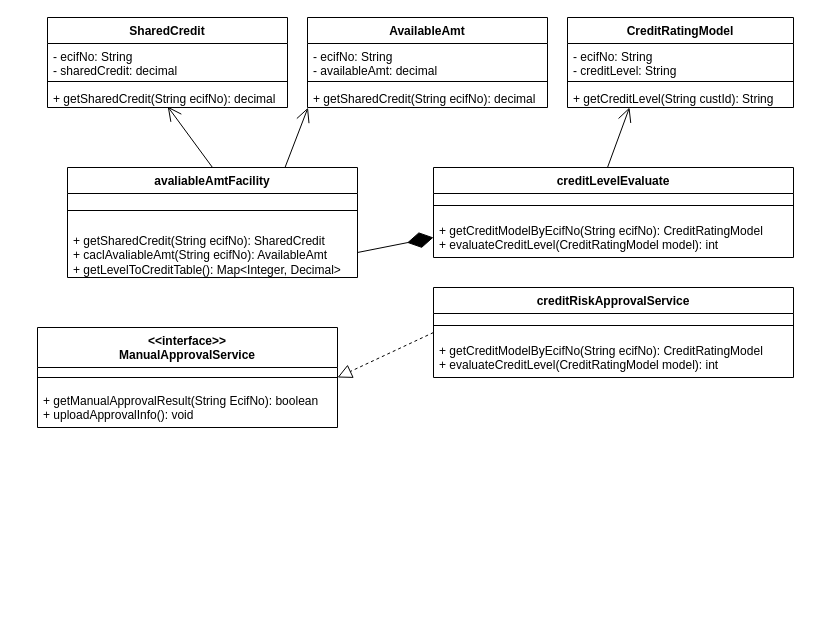
The draw.io diagram 授信额度审批-.drawio in wuxiao-web/graduationThesis, before the edit. Source tidied: cells renumbered, new cells numbered last; positions are measured from the earlier drawing's top-left corner, leaving out a move shared by most shapes. Both pictures are drawn from the tidied source at 100%, with x=0, y=0 at pixel (37, 17).
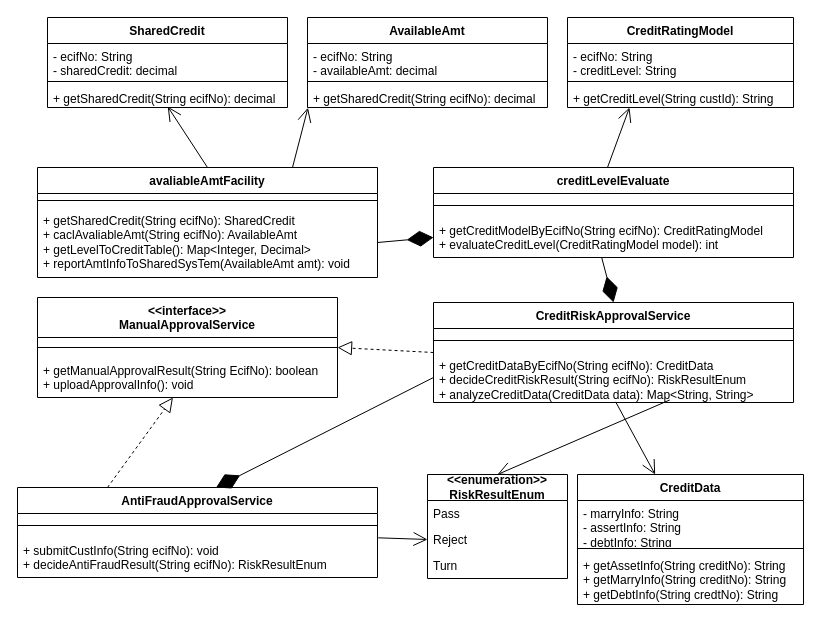
The same diagram, later.

Commit message:
更新授信额度审批-.drawio

The change refers to these unchanged cells:
```xml
<mxCell id="12" value="+ getCreditModelByEcifNo(String ecifNo): CreditRatingModel&lt;br&gt;+ evaluateCreditLevel(CreditRatingModel model): int" style="text;strokeColor=none;fillColor=none;align=left;verticalAlign=top;spacingLeft=4;spacingRight=4;overflow=hidden;points=[[0,0.5],[1,0.5]];portConstraint=eastwest;whiteSpace=wrap;html=1;" parent="10" vertex="1">
  <mxGeometry y="50" width="360" height="40" as="geometry" />
</mxCell>
<mxCell id="29" value="+ getManualApprovalResult(String EcifNo): boolean&lt;br&gt;+ uploadApprovalInfo(): void" style="text;strokeColor=none;fillColor=none;align=left;verticalAlign=top;spacingLeft=4;spacingRight=4;overflow=hidden;points=[[0,0.5],[1,0.5]];portConstraint=eastwest;whiteSpace=wrap;html=1;" parent="27" vertex="1">
  <mxGeometry y="60" width="300" height="40" as="geometry" />
</mxCell>
```

The edit, as a diff of the source:
```diff
@@
     <mxCell id="2" value="avaliableAmtFacility" style="swimlane;fontStyle=1;align=center;verticalAlign=top;horizontal=1;startSize=26;whiteSpace=wrap;html=1;" parent="1" vertex="1">
-      <mxGeometry x="30" y="150" width="290" height="110" as="geometry" />
+      <mxGeometry y="150" width="340" height="110" as="geometry" />
     </mxCell>
     <mxCell id="3" style="line;strokeWidth=1;fillColor=none;align=left;verticalAlign=middle;spacingTop=-1;spacingLeft=3;spacingRight=3;labelPosition=right;strokeColor=inherit;" parent="2" vertex="1">
-      <mxGeometry y="26" width="290" height="34" as="geometry" />
+      <mxGeometry y="26" width="340" height="14" as="geometry" />
     </mxCell>
-    <mxCell id="4" value="+ getSharedCredit(String ecifNo): SharedCredit&lt;br&gt;+ caclAvaliableAmt(String ecifNo): AvailableAmt&lt;br&gt;+ getLevelToCreditTable(): Map&amp;lt;Integer, Decimal&amp;gt;" style="text;strokeColor=none;fillColor=none;align=left;verticalAlign=top;spacingLeft=4;spacingRight=4;overflow=hidden;points=[[0,0.5],[1,0.5]];portConstraint=eastwest;whiteSpace=wrap;html=1;" parent="2" vertex="1">
-      <mxGeometry y="60" width="290" height="50" as="geometry" />
+    <mxCell id="4" value="+ getSharedCredit(String ecifNo): SharedCredit&lt;br&gt;+ caclAvaliableAmt(String ecifNo): AvailableAmt&lt;br&gt;+ getLevelToCreditTable(): Map&amp;lt;Integer, Decimal&amp;gt;&lt;br&gt;+ reportAmtInfoToSharedSysTem(AvailableAmt amt): void" style="text;strokeColor=none;fillColor=none;align=left;verticalAlign=top;spacingLeft=4;spacingRight=4;overflow=hidden;points=[[0,0.5],[1,0.5]];portConstraint=eastwest;whiteSpace=wrap;html=1;" parent="2" vertex="1">
+      <mxGeometry y="40" width="340" height="70" as="geometry" />
     </mxCell>
@@
-    <mxCell id="24" value="creditRiskApprovalService" style="swimlane;fontStyle=1;align=center;verticalAlign=top;horizontal=1;startSize=26;whiteSpace=wrap;html=1;" parent="1" vertex="1">
-      <mxGeometry x="396" y="270" width="360" height="90" as="geometry" />
+    <mxCell id="24" value="CreditRiskApprovalService" style="swimlane;fontStyle=1;align=center;verticalAlign=top;horizontal=1;startSize=26;whiteSpace=wrap;html=1;" parent="1" vertex="1">
+      <mxGeometry x="396" y="285" width="360" height="100" as="geometry" />
     </mxCell>
@@
-    <mxCell id="26" value="+ getCreditModelByEcifNo(String ecifNo): CreditRatingModel&lt;br&gt;+ evaluateCreditLevel(CreditRatingModel model): int" style="text;strokeColor=none;fillColor=none;align=left;verticalAlign=top;spacingLeft=4;spacingRight=4;overflow=hidden;points=[[0,0.5],[1,0.5]];portConstraint=eastwest;whiteSpace=wrap;html=1;" parent="24" vertex="1">
-      <mxGeometry y="50" width="360" height="40" as="geometry" />
+    <mxCell id="26" value="+ getCreditDataByEcifNo(String ecifNo): CreditData&lt;br&gt;+ decideCreditRiskResult(String ecifNo): RiskResultEnum&lt;br&gt;+ analyzeCreditData(CreditData data): Map&amp;lt;String, String&amp;gt;" style="text;strokeColor=none;fillColor=none;align=left;verticalAlign=top;spacingLeft=4;spacingRight=4;overflow=hidden;points=[[0,0.5],[1,0.5]];portConstraint=eastwest;whiteSpace=wrap;html=1;" parent="24" vertex="1">
+      <mxGeometry y="50" width="360" height="50" as="geometry" />
     </mxCell>
     <mxCell id="27" value="&amp;lt;&amp;lt;interface&amp;gt;&amp;gt;&lt;br&gt;ManualApprovalService" style="swimlane;fontStyle=1;align=center;verticalAlign=top;horizontal=1;startSize=40;whiteSpace=wrap;html=1;" parent="1" vertex="1">
-      <mxGeometry y="310" width="300" height="100" as="geometry" />
+      <mxGeometry y="280" width="300" height="100" as="geometry" />
     </mxCell>
@@
+    <mxCell id="31" value="&lt;b&gt;&amp;lt;&amp;lt;enumeration&amp;gt;&amp;gt;&lt;br&gt;RiskResultEnum&lt;/b&gt;" style="swimlane;fontStyle=0;horizontal=1;startSize=26;fillColor=none;whiteSpace=wrap;html=1;" parent="1" vertex="1">
+      <mxGeometry x="390" y="457" width="140" height="104" as="geometry" />
+    </mxCell>
+    <mxCell id="32" value="Pass" style="text;strokeColor=none;fillColor=none;align=left;verticalAlign=top;spacingLeft=4;spacingRight=4;overflow=hidden;whiteSpace=wrap;html=1;" parent="31" vertex="1">
+      <mxGeometry y="26" width="140" height="26" as="geometry" />
+    </mxCell>
+    <mxCell id="33" value="Reject" style="text;strokeColor=none;fillColor=none;align=left;verticalAlign=top;spacingLeft=4;spacingRight=4;overflow=hidden;points=[[0,0.5],[1,0.5]];portConstraint=eastwest;whiteSpace=wrap;html=1;" parent="31" vertex="1">
+      <mxGeometry y="52" width="140" height="26" as="geometry" />
+    </mxCell>
+    <mxCell id="34" value="Turn" style="text;strokeColor=none;fillColor=none;align=left;verticalAlign=top;spacingLeft=4;spacingRight=4;overflow=hidden;whiteSpace=wrap;html=1;" parent="31" vertex="1">
+      <mxGeometry y="78" width="140" height="26" as="geometry" />
+    </mxCell>
+    <mxCell id="35" style="endArrow=open;endFill=1;endSize=12;html=1;rounded=0;entryX=0.5;entryY=0;entryDx=0;entryDy=0;exitX=0.656;exitY=0.95;exitDx=0;exitDy=0;exitPerimeter=0;" parent="1" edge="1" source="26" target="31">
+      <mxGeometry relative="1" as="geometry" />
+    </mxCell>
+    <mxCell id="36" style="endArrow=diamondThin;endFill=1;endSize=24;html=1;rounded=0;entryX=0.5;entryY=0;entryDx=0;entryDy=0;exitX=0.467;exitY=0.992;exitDx=0;exitDy=0;exitPerimeter=0;" parent="1" edge="1" source="12" target="24">
+      <mxGeometry relative="1" as="geometry" />
+    </mxCell>
+    <mxCell id="37" value="CreditData" style="swimlane;fontStyle=1;align=center;verticalAlign=top;horizontal=1;startSize=26;whiteSpace=wrap;html=1;" parent="1" vertex="1">
+      <mxGeometry x="540" y="457" width="226" height="130" as="geometry" />
+    </mxCell>
+    <mxCell id="38" value="- marryInfo: String&lt;br&gt;- assertInfo: String&lt;br&gt;- debtInfo: String" style="text;strokeColor=none;fillColor=none;align=left;verticalAlign=top;spacingLeft=4;spacingRight=4;overflow=hidden;whiteSpace=wrap;html=1;" parent="37" vertex="1">
+      <mxGeometry y="26" width="226" height="44" as="geometry" />
+    </mxCell>
+    <mxCell id="39" style="line;strokeWidth=1;fillColor=none;align=left;verticalAlign=middle;spacingTop=-1;spacingLeft=3;spacingRight=3;labelPosition=right;strokeColor=inherit;" parent="37" vertex="1">
+      <mxGeometry y="70" width="226" height="8" as="geometry" />
+    </mxCell>
+    <mxCell id="40" value="+ getAssetInfo(String creditNo): String&lt;br&gt;+ getMarryInfo(String creditNo): String&lt;br&gt;+ getDebtInfo(String credtNo): String" style="text;strokeColor=none;fillColor=none;align=left;verticalAlign=top;spacingLeft=4;spacingRight=4;overflow=hidden;whiteSpace=wrap;html=1;" parent="37" vertex="1">
+      <mxGeometry y="78" width="226" height="52" as="geometry" />
+    </mxCell>
+    <mxCell id="41" style="endArrow=open;endFill=1;endSize=12;html=1;rounded=0;exitX=0.506;exitY=0.987;exitDx=0;exitDy=0;exitPerimeter=0;" parent="1" edge="1" source="26" target="37">
+      <mxGeometry relative="1" as="geometry" />
+    </mxCell>
+    <mxCell id="42" value="AntiFraudApprovalService" style="swimlane;fontStyle=1;align=center;verticalAlign=top;horizontal=1;startSize=26;whiteSpace=wrap;html=1;" parent="1" vertex="1">
+      <mxGeometry x="-20" y="470" width="360" height="90" as="geometry" />
+    </mxCell>
+    <mxCell id="43" style="line;strokeWidth=1;fillColor=none;align=left;verticalAlign=middle;spacingTop=-1;spacingLeft=3;spacingRight=3;labelPosition=right;strokeColor=inherit;" parent="42" vertex="1">
+      <mxGeometry y="26" width="360" height="24" as="geometry" />
+    </mxCell>
+    <mxCell id="44" value="+ submitCustInfo(String ecifNo): void&lt;br&gt;+ decideAntiFraudResult(String ecifNo): RiskResultEnum" style="text;strokeColor=none;fillColor=none;align=left;verticalAlign=top;spacingLeft=4;spacingRight=4;overflow=hidden;points=[[0,0.5],[1,0.5]];portConstraint=eastwest;whiteSpace=wrap;html=1;" parent="42" vertex="1">
+      <mxGeometry y="50" width="360" height="40" as="geometry" />
+    </mxCell>
+    <mxCell id="45" style="endArrow=diamondThin;endFill=1;endSize=24;html=1;rounded=0;entryX=0.5;entryY=0;entryDx=0;entryDy=0;exitX=0;exitY=0.5;exitDx=0;exitDy=0;" parent="1" edge="1" source="26">
+      <mxGeometry relative="1" as="geometry">
+        <mxPoint x="178.6" y="470" as="targetPoint" />
+      </mxGeometry>
+    </mxCell>
+    <mxCell id="46" style="endArrow=block;dashed=1;endFill=0;endSize=12;html=1;rounded=0;exitX=0.25;exitY=0;exitDx=0;exitDy=0;" parent="1" edge="1" source="42" target="29">
+      <mxGeometry relative="1" as="geometry" />
+    </mxCell>
+    <mxCell id="47" style="endArrow=open;endFill=1;endSize=12;html=1;rounded=0;entryX=0;entryY=0.5;entryDx=0;entryDy=0;exitX=1.002;exitY=0.008;exitDx=0;exitDy=0;exitPerimeter=0;" parent="1" edge="1" source="44" target="33">
+      <mxGeometry relative="1" as="geometry" />
+    </mxCell>
```
